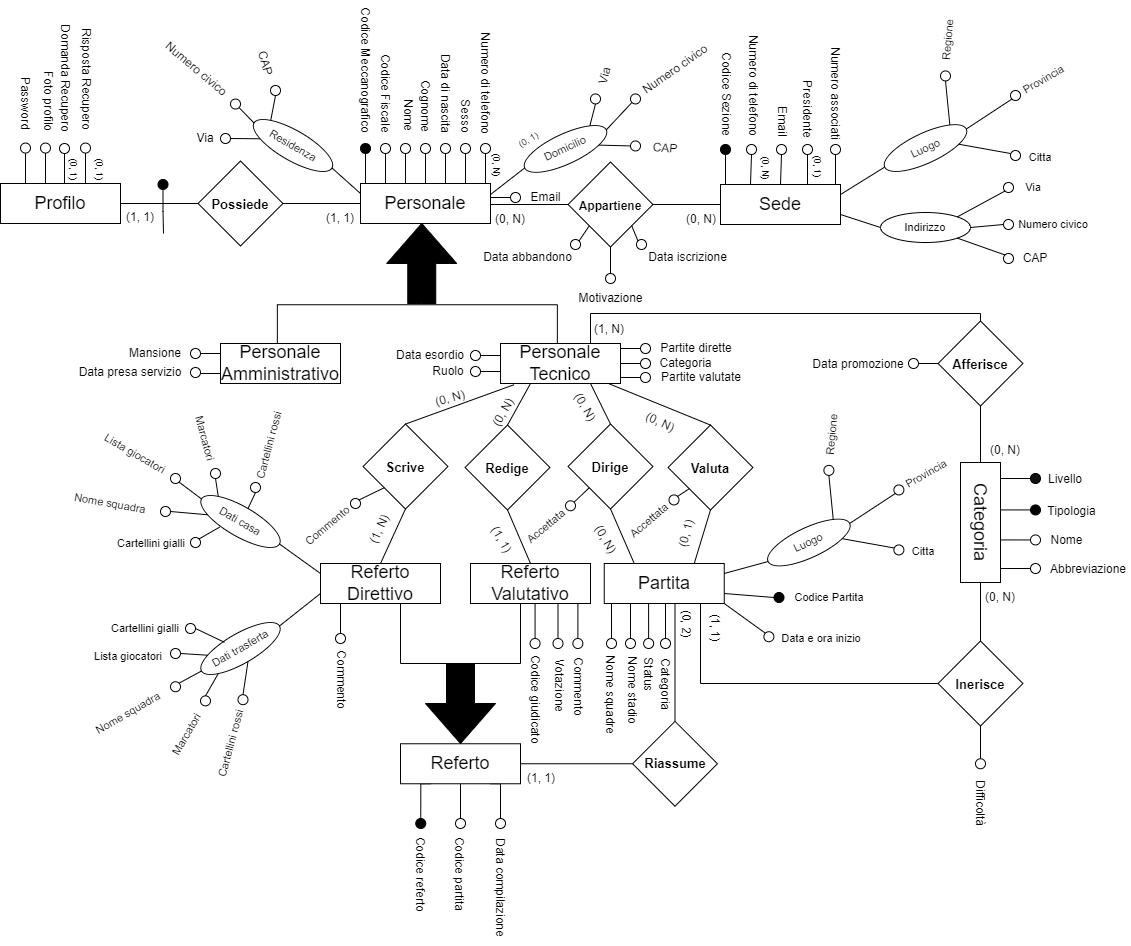
savernike/DiagramsSet keeps this draw.io diagram as ERDiagram/WhistleER.drawio.png. Above is the earlier version. Source tidied: cells renumbered, new cells last; positions are measured from the earlier drawing's top-left corner, leaving out a move shared by most shapes.
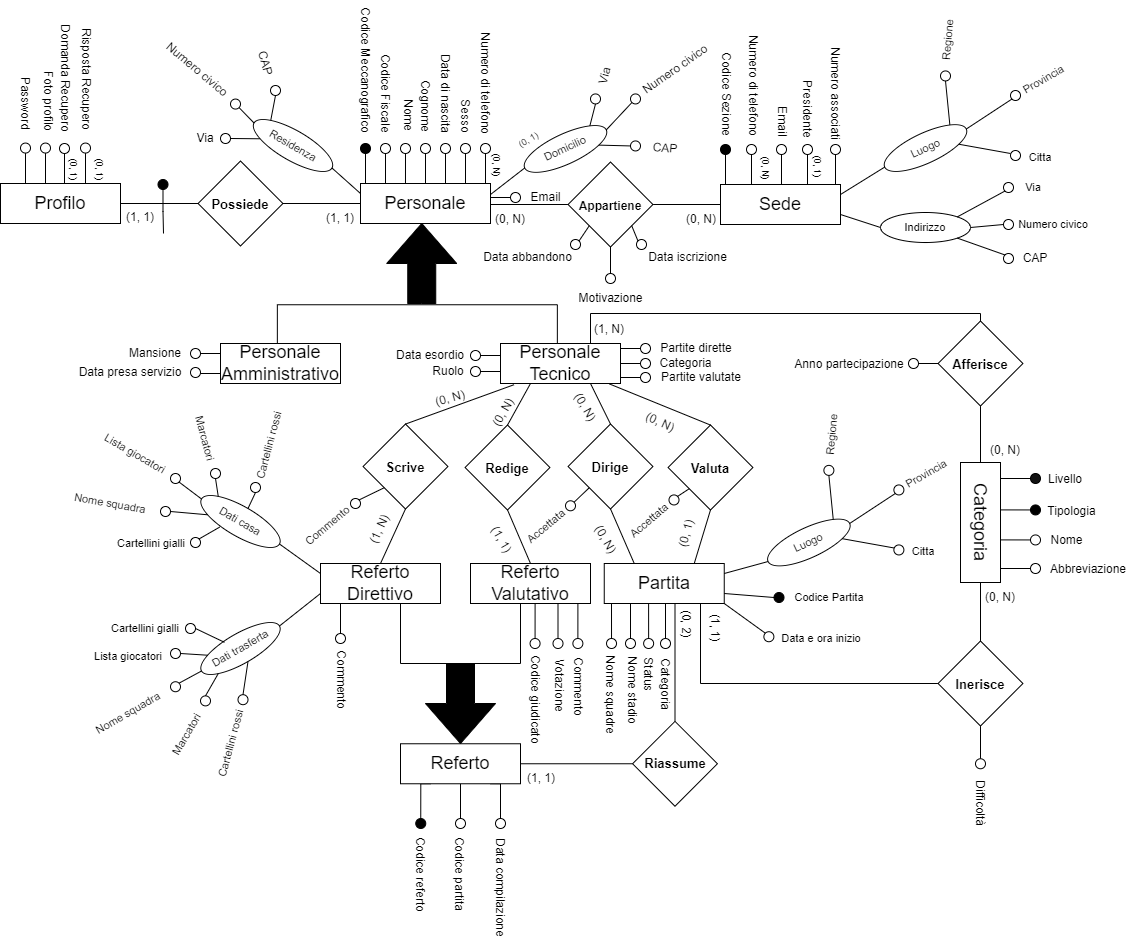
After the commit.

Commit message:
Modifica attributo Afferisce

Change to the diagram source:
```diff
@@ -848,8 +848,8 @@
     <mxCell id="275" style="ellipse;whiteSpace=wrap;html=1;" parent="1" vertex="1">
       <mxGeometry x="920" y="334" width="10" height="10" as="geometry" />
     </mxCell>
-    <mxCell id="276" value="Data promozione" style="text;strokeColor=none;align=center;fillColor=none;html=1;verticalAlign=middle;whiteSpace=wrap;rounded=0;rotation=0;" parent="1" vertex="1">
-      <mxGeometry x="820" y="320.2" width="100" height="40" as="geometry" />
+    <mxCell id="276" value="Anno partecipazione" style="text;strokeColor=none;align=center;fillColor=none;html=1;verticalAlign=middle;whiteSpace=wrap;rounded=0;rotation=0;" parent="1" vertex="1">
+      <mxGeometry x="802" y="320.2" width="118" height="40" as="geometry" />
     </mxCell>
     <mxCell id="277" style="ellipse;whiteSpace=wrap;html=1;" parent="1" vertex="1">
       <mxGeometry x="987" y="734.3" width="10" height="10" as="geometry" />
```
